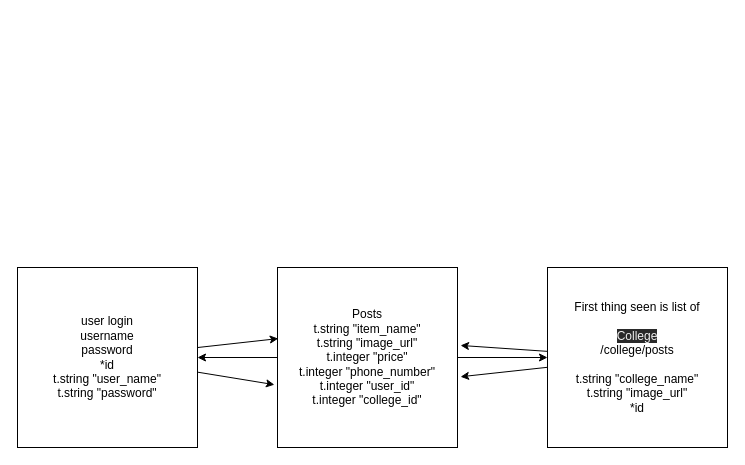
KotaUeshima/college_marketplace_b keeps this draw.io diagram as test.svg.drawio. Above is the earlier version. Source tidied: cells renumbered, new cells numbered last; positions are measured from the earlier drawing's top-left corner, leaving out a move shared by most shapes. Both pictures are drawn from the tidied source at 100%, with x=0, y=0 at pixel (17, 267).
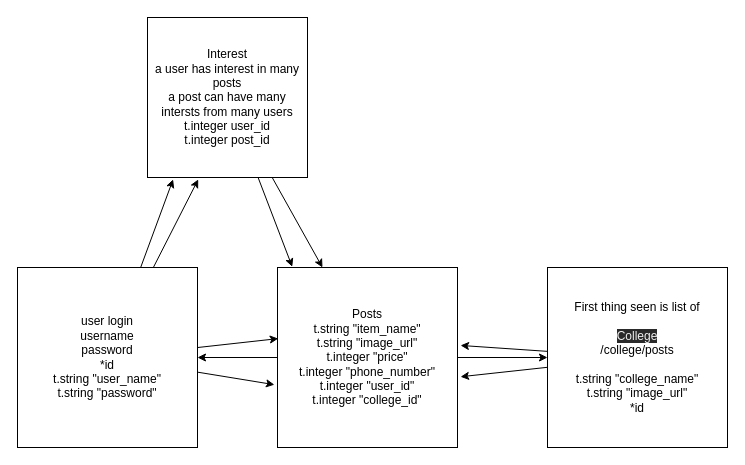
The same page after the edit.

Commit message (it also covers changes not shown here):
added interest feature

Diff of the diagram source:
```diff
@@
 <mxGraphModel>
   <root>
     <mxCell id="0" />
     <mxCell id="1" parent="0" />
     <mxCell id="2" style="edgeStyle=none;html=1;entryX=0.75;entryY=0;entryDx=0;entryDy=0;" parent="1" edge="1" source="5">
       <mxGeometry relative="1" as="geometry">
         <mxPoint x="135" as="targetPoint" />
       </mxGeometry>
     </mxCell>
     <mxCell id="3" style="edgeStyle=none;html=1;entryX=0.004;entryY=0.395;entryDx=0;entryDy=0;entryPerimeter=0;" parent="1" edge="1" source="5" target="8">
       <mxGeometry relative="1" as="geometry" />
     </mxCell>
     <mxCell id="4" style="edgeStyle=none;html=1;entryX=-0.017;entryY=0.651;entryDx=0;entryDy=0;entryPerimeter=0;" parent="1" edge="1" source="5" target="8">
       <mxGeometry relative="1" as="geometry" />
     </mxCell>
+    <mxCell id="12" style="edgeStyle=none;html=1;entryX=0.317;entryY=1.012;entryDx=0;entryDy=0;entryPerimeter=0;" parent="1" edge="1" source="5" target="16">
+      <mxGeometry relative="1" as="geometry" />
+    </mxCell>
+    <mxCell id="13" style="edgeStyle=none;html=1;entryX=0.16;entryY=1.012;entryDx=0;entryDy=0;entryPerimeter=0;" parent="1" edge="1" source="5" target="16">
+      <mxGeometry relative="1" as="geometry" />
+    </mxCell>
     <mxCell id="5" value="user login&lt;br&gt;username&lt;br&gt;password&lt;br&gt;*id&lt;br&gt;t.string &quot;user_name&quot;&lt;br&gt;t.string &quot;password&quot;" style="whiteSpace=wrap;html=1;" parent="1" vertex="1">
       <mxGeometry width="180" height="180" as="geometry" />
     </mxCell>
     <mxCell id="6" style="edgeStyle=none;html=1;entryX=0;entryY=0.5;entryDx=0;entryDy=0;" parent="1" edge="1" source="8" target="11">
       <mxGeometry relative="1" as="geometry" />
     </mxCell>
     <mxCell id="7" style="edgeStyle=none;html=1;entryX=1;entryY=0.5;entryDx=0;entryDy=0;" parent="1" edge="1" source="8">
       <mxGeometry relative="1" as="geometry">
         <mxPoint x="180" y="90" as="targetPoint" />
       </mxGeometry>
     </mxCell>
     <mxCell id="8" value="Posts&lt;br&gt;t.string &quot;item_name&quot;&lt;br&gt;t.string &quot;image_url&quot;&lt;br&gt;t.integer &quot;price&quot;&lt;br&gt;t.integer &quot;phone_number&quot;&lt;br&gt;t.integer &quot;user_id&quot;&lt;br&gt;t.integer &quot;college_id&quot;" style="whiteSpace=wrap;html=1;" parent="1" vertex="1">
       <mxGeometry x="260" width="180" height="180" as="geometry" />
     </mxCell>
     <mxCell id="9" style="edgeStyle=none;html=1;entryX=1.017;entryY=0.433;entryDx=0;entryDy=0;entryPerimeter=0;" parent="1" edge="1" source="11" target="8">
       <mxGeometry relative="1" as="geometry" />
     </mxCell>
     <mxCell id="10" style="edgeStyle=none;html=1;entryX=1.017;entryY=0.607;entryDx=0;entryDy=0;entryPerimeter=0;" parent="1" edge="1" source="11" target="8">
       <mxGeometry relative="1" as="geometry" />
     </mxCell>
     <mxCell id="11" value="First thing seen is list of&lt;br&gt;&lt;br&gt;&lt;span style=&quot;color: rgb(240 , 240 , 240) ; font-family: &amp;#34;helvetica&amp;#34; ; font-size: 12px ; font-style: normal ; font-weight: 400 ; letter-spacing: normal ; text-align: center ; text-indent: 0px ; text-transform: none ; word-spacing: 0px ; background-color: rgb(42 , 42 , 42) ; display: inline ; float: none&quot;&gt;College&lt;br&gt;&lt;/span&gt;/college/posts&lt;br&gt;&lt;br&gt;t.string &quot;college_name&quot;&lt;br&gt;t.string &quot;image_url&quot;&lt;br&gt;*id" style="whiteSpace=wrap;html=1;" parent="1" vertex="1">
       <mxGeometry x="530" width="180" height="180" as="geometry" />
     </mxCell>
+    <mxCell id="14" style="edgeStyle=none;html=1;entryX=0.25;entryY=0;entryDx=0;entryDy=0;" parent="1" edge="1" source="16" target="8">
+      <mxGeometry relative="1" as="geometry" />
+    </mxCell>
+    <mxCell id="15" style="edgeStyle=none;html=1;entryX=0.082;entryY=-0.004;entryDx=0;entryDy=0;entryPerimeter=0;" parent="1" edge="1" source="16" target="8">
+      <mxGeometry relative="1" as="geometry" />
+    </mxCell>
+    <mxCell id="16" value="Interest&lt;br&gt;a user has interest in many posts&lt;br&gt;a post can have many intersts from many users&lt;br&gt;t.integer user_id&lt;br&gt;t.integer post_id" style="whiteSpace=wrap;html=1;" parent="1" vertex="1">
+      <mxGeometry x="130" y="-250" width="160" height="160" as="geometry" />
+    </mxCell>
   </root>
 </mxGraphModel>
```
